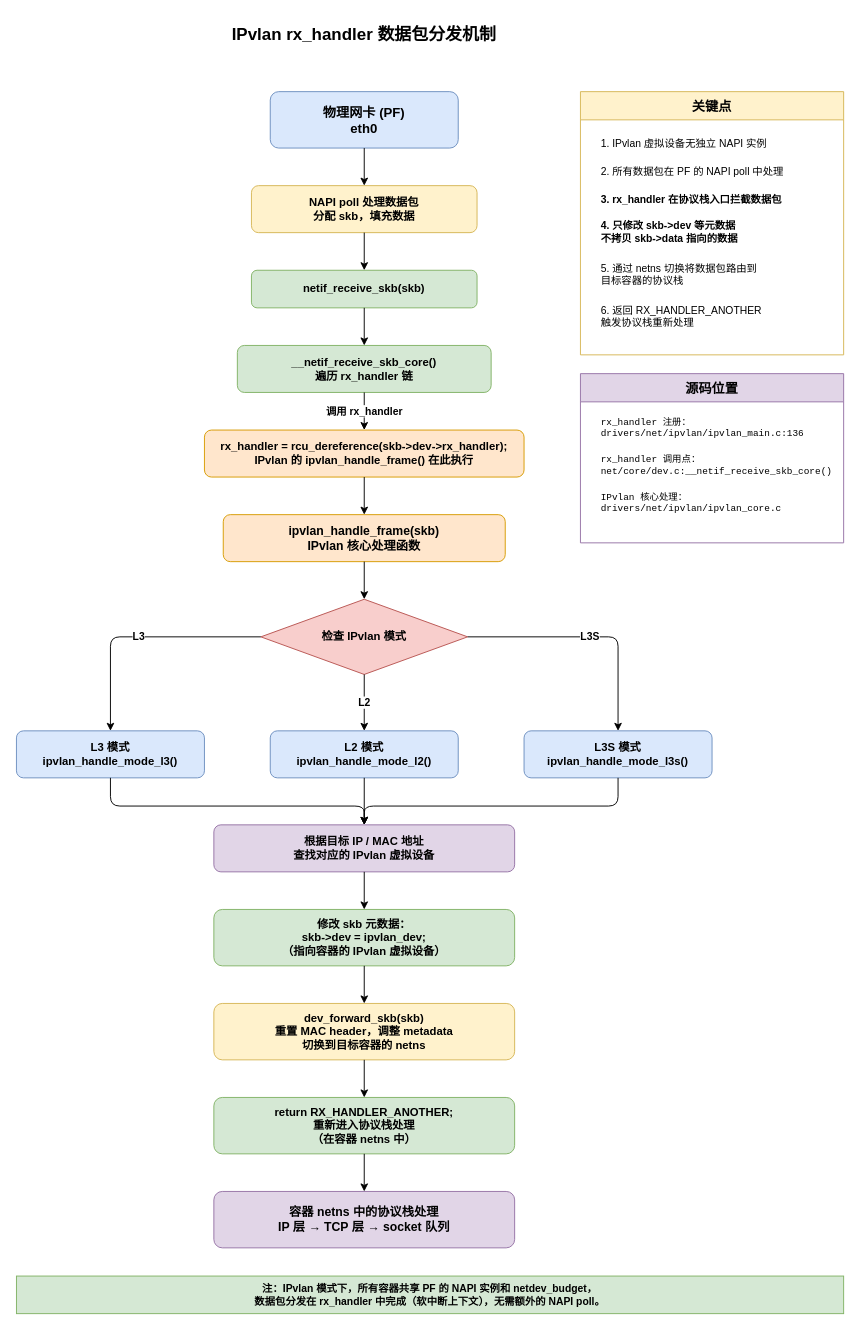
Earlier version of the draw.io diagram diagrams/ipvlan-rx-handler.drawio (fsqHub/docker-sriov-plugin). Source tidied: cells renumbered, new cells numbered last; positions are measured from the earlier drawing's top-left corner, leaving out a move shared by most shapes. Both pictures are drawn from the tidied source at 94%, with x=0, y=0 at pixel (16, 16).
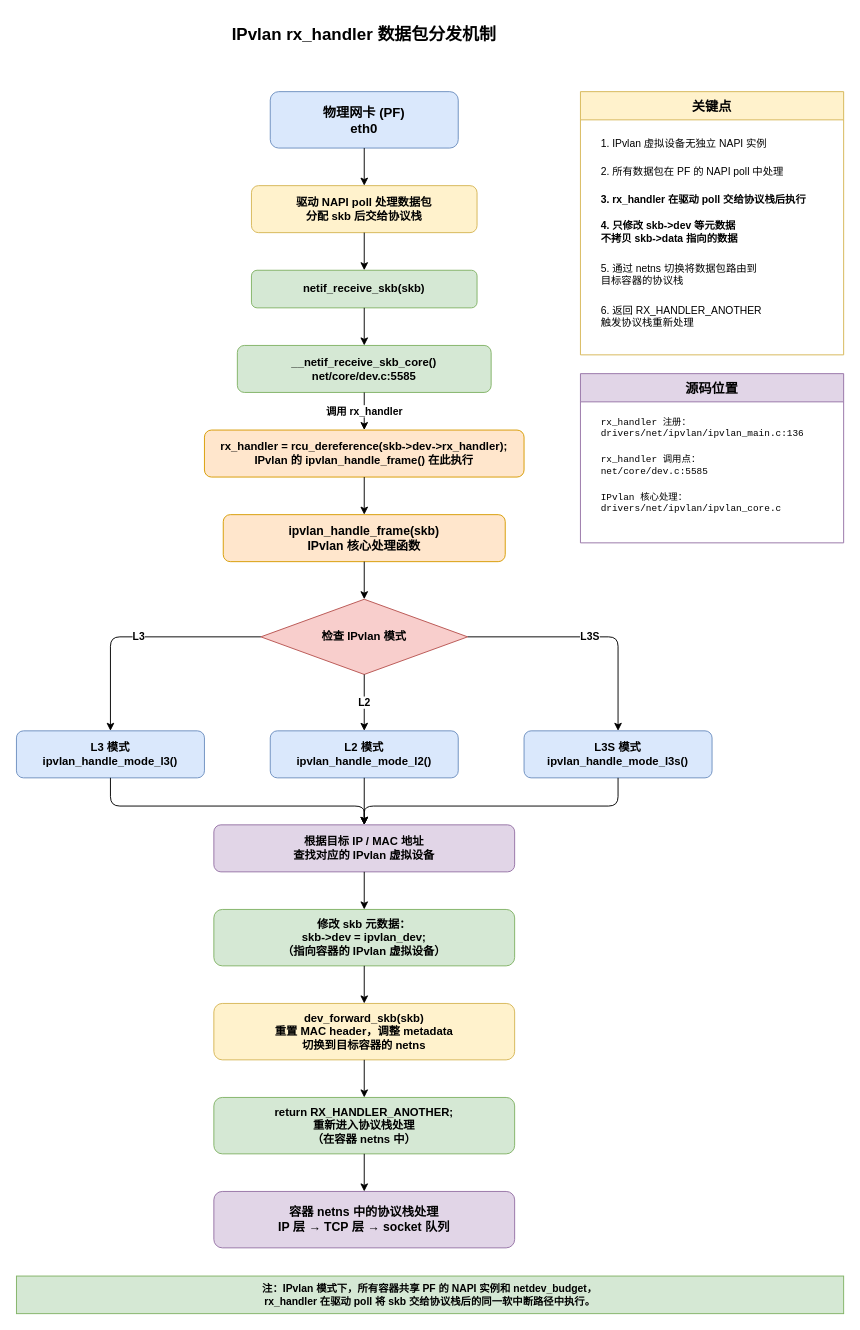
Above is the later version.

Unchanged cells that the change refers to:
```xml
<mxCell id="34" value="关键点" style="swimlane;startSize=30;fillColor=#fff2cc;strokeColor=#d6b656;fontStyle=1;fontSize=14;" parent="1" vertex="1">
  <mxGeometry x="600" y="80" width="280" height="280" as="geometry" />
</mxCell>
<mxCell id="41" value="源码位置" style="swimlane;startSize=30;fillColor=#e1d5e7;strokeColor=#9673a6;fontStyle=1;fontSize=14;" parent="1" vertex="1">
  <mxGeometry x="600" y="380" width="280" height="180" as="geometry" />
</mxCell>
```

Change to the diagram source:
```diff
@@
-    <mxCell id="4" value="NAPI poll 处理数据包&#10;分配 skb，填充数据" style="rounded=1;whiteSpace=wrap;html=1;fillColor=#fff2cc;strokeColor=#d6b656;fontStyle=1;" parent="1" vertex="1">
+    <mxCell id="4" value="驱动 NAPI poll 处理数据包&#10;分配 skb 后交给协议栈" style="rounded=1;whiteSpace=wrap;html=1;fillColor=#fff2cc;strokeColor=#d6b656;fontStyle=1;" parent="1" vertex="1">
       <mxGeometry x="250" y="180" width="240" height="50" as="geometry" />
     </mxCell>
@@
-    <mxCell id="8" value="__netif_receive_skb_core()&#10;遍历 rx_handler 链" style="rounded=1;whiteSpace=wrap;html=1;fillColor=#d5e8d4;strokeColor=#82b366;fontStyle=1;" parent="1" vertex="1">
+    <mxCell id="8" value="__netif_receive_skb_core()&#10;net/core/dev.c:5585" style="rounded=1;whiteSpace=wrap;html=1;fillColor=#d5e8d4;strokeColor=#82b366;fontStyle=1;" parent="1" vertex="1">
       <mxGeometry x="235" y="350" width="270" height="50" as="geometry" />
     </mxCell>
@@
-    <mxCell id="37" value="3. rx_handler 在协议栈入口拦截数据包" style="text;html=1;strokeColor=none;fillColor=none;align=left;verticalAlign=middle;whiteSpace=wrap;fontSize=11;fontStyle=1;" parent="34" vertex="1">
+    <mxCell id="37" value="3. rx_handler 在驱动 poll 交给协议栈后执行" style="text;html=1;strokeColor=none;fillColor=none;align=left;verticalAlign=middle;whiteSpace=wrap;fontSize=11;fontStyle=1;" parent="34" vertex="1">
       <mxGeometry x="20" y="100" width="240" height="30" as="geometry" />
     </mxCell>
@@
-    <mxCell id="43" value="rx_handler 调用点：&#10;net/core/dev.c:__netif_receive_skb_core()" style="text;html=1;strokeColor=none;fillColor=none;align=left;verticalAlign=top;whiteSpace=wrap;fontSize=10;fontFamily=Courier New;" parent="41" vertex="1">
+    <mxCell id="43" value="rx_handler 调用点：&#10;net/core/dev.c:5585" style="text;html=1;strokeColor=none;fillColor=none;align=left;verticalAlign=top;whiteSpace=wrap;fontSize=10;fontFamily=Courier New;" parent="41" vertex="1">
       <mxGeometry x="20" y="80" width="240" height="35" as="geometry" />
     </mxCell>
@@
-    <mxCell id="45" value="注：IPvlan 模式下，所有容器共享 PF 的 NAPI 实例和 netdev_budget，&#10;数据包分发在 rx_handler 中完成（软中断上下文），无需额外的 NAPI poll。" style="text;html=1;strokeColor=#82b366;fillColor=#d5e8d4;align=center;verticalAlign=middle;whiteSpace=wrap;fontSize=11;fontStyle=1;" parent="1" vertex="1">
+    <mxCell id="45" value="注：IPvlan 模式下，所有容器共享 PF 的 NAPI 实例和 netdev_budget，&#10;rx_handler 在驱动 poll 将 skb 交给协议栈后的同一软中断路径中执行。" style="text;html=1;strokeColor=#82b366;fillColor=#d5e8d4;align=center;verticalAlign=middle;whiteSpace=wrap;fontSize=11;fontStyle=1;" parent="1" vertex="1">
       <mxGeometry y="1340" width="880" height="40" as="geometry" />
     </mxCell>
```
